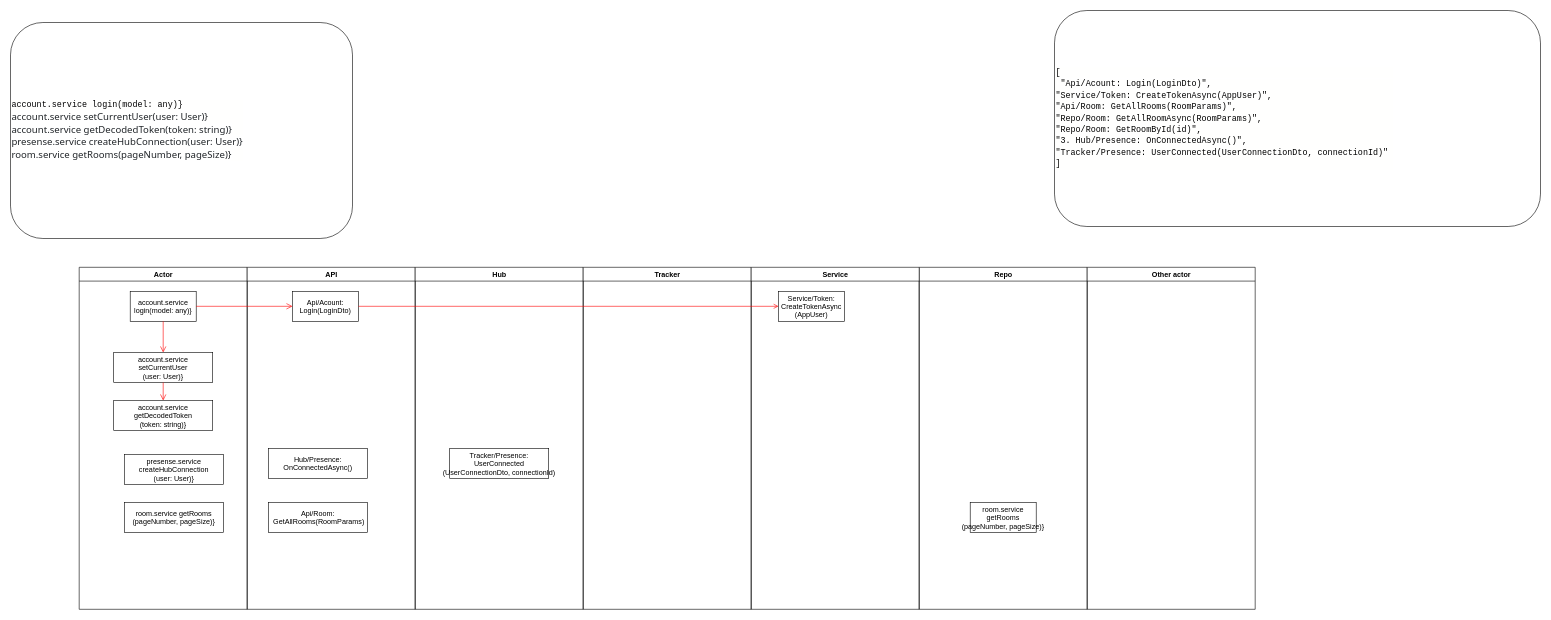
The draw.io diagram page "login" (2 of 15) of workflow.drawio in antitank19/MeetingAppFull-Youtube, before the edit. Source tidied: cells renumbered, new cells numbered last; positions are measured from the earlier drawing's top-left corner, leaving out a move shared by most shapes. Both pictures are drawn from the tidied source at 60%, with x=0, y=0 at pixel (10, 10).
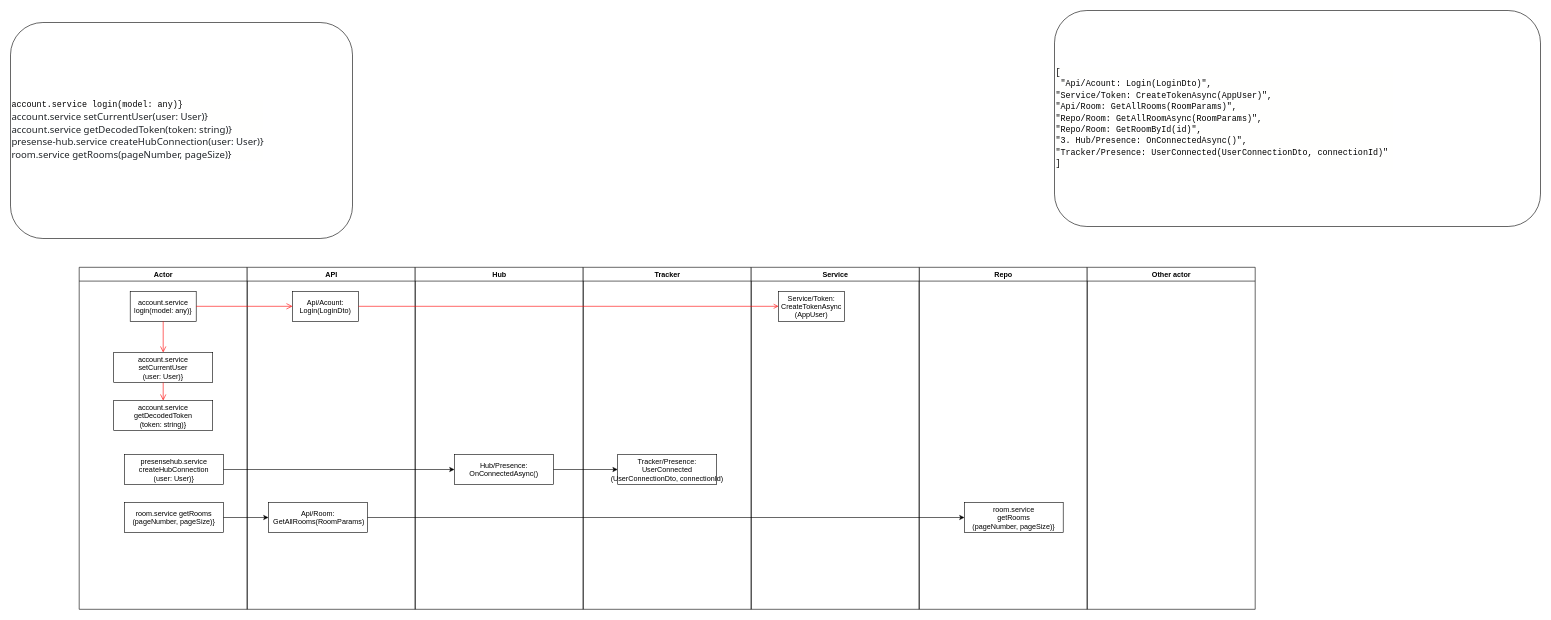
The same page after the edit.

Unchanged cells that the change refers to:
```xml
<mxCell id="2" value="Actor" style="swimlane;whiteSpace=wrap;" parent="1" vertex="1">
  <mxGeometry x="114.5" y="428" width="280" height="570" as="geometry" />
</mxCell>
<mxCell id="8" value="room.service getRooms&#10;(pageNumber, pageSize)}" parent="2" vertex="1">
  <mxGeometry x="75.5" y="392" width="165" height="50" as="geometry" />
</mxCell>
<mxCell id="10" value="API" style="swimlane;whiteSpace=wrap;startSize=23;" parent="1" vertex="1">
  <mxGeometry x="394.5" y="428" width="280" height="570" as="geometry" />
</mxCell>
<mxCell id="13" value="Api/Room:&#10; GetAllRooms(RoomParams)" parent="10" vertex="1">
  <mxGeometry x="35.5" y="392" width="165" height="50" as="geometry" />
</mxCell>
<mxCell id="14" value="Hub" style="swimlane;whiteSpace=wrap;" parent="1" vertex="1">
  <mxGeometry x="674.5" y="428" width="280" height="570" as="geometry" />
</mxCell>
<mxCell id="17" value="Repo" style="swimlane;whiteSpace=wrap;" parent="1" vertex="1">
  <mxGeometry x="1514.5" y="428" width="280" height="570" as="geometry" />
</mxCell>
```

The edit, as a diff of the source:
```diff
@@
-    <mxCell id="7" value="presense.service &#10;createHubConnection&#10;(user: User)}" parent="2" vertex="1">
+    <mxCell id="7" value="presensehub.service &#10;createHubConnection&#10;(user: User)}" parent="2" vertex="1">
       <mxGeometry x="75.5" y="312" width="165" height="50" as="geometry" />
     </mxCell>
@@
-    <mxCell id="12" value="Hub/Presence: &#10;OnConnectedAsync()" parent="10" vertex="1">
-      <mxGeometry x="35.5" y="302" width="165" height="50" as="geometry" />
-    </mxCell>
@@
+    <mxCell id="12" value="Hub/Presence: &#10;OnConnectedAsync()" parent="14" vertex="1">
+      <mxGeometry x="65.5" y="312" width="165" height="50" as="geometry" />
+    </mxCell>
+    <mxCell id="16" value="Tracker" style="swimlane;whiteSpace=wrap;" parent="1" vertex="1">
+      <mxGeometry x="954.5" y="428" width="280" height="570" as="geometry" />
+    </mxCell>
-    <mxCell id="15" value="Tracker/Presence: &#10;UserConnected&#10;(UserConnectionDto, connectionId)" parent="14" vertex="1">
-      <mxGeometry x="57.5" y="302" width="165" height="50" as="geometry" />
+    <mxCell id="15" value="Tracker/Presence: &#10;UserConnected&#10;(UserConnectionDto, connectionId)" parent="16" vertex="1">
+      <mxGeometry x="57.5" y="312" width="165" height="50" as="geometry" />
     </mxCell>
-    <mxCell id="16" value="Tracker" style="swimlane;whiteSpace=wrap;" parent="1" vertex="1">
-      <mxGeometry x="954.5" y="428" width="280" height="570" as="geometry" />
-    </mxCell>
@@
     <mxCell id="18" value="room.service &#10;getRooms&#10;(pageNumber, pageSize)}" parent="17" vertex="1">
-      <mxGeometry x="85" y="392" width="110" height="50" as="geometry" />
+      <mxGeometry x="75.5" y="392" width="164.5" height="50" as="geometry" />
     </mxCell>
@@
-    <mxCell id="25" value="&lt;div style=&quot;background-color: rgb(255, 255, 254); font-family: Consolas, &amp;quot;Courier New&amp;quot;, monospace; font-size: 14px; line-height: 19px;&quot;&gt;account.service login(model: any)}&lt;br style=&quot;box-sizing: border-box; color: rgb(33, 37, 41); font-family: system-ui, -apple-system, &amp;quot;Segoe UI&amp;quot;, Roboto, &amp;quot;Helvetica Neue&amp;quot;, &amp;quot;Noto Sans&amp;quot;, &amp;quot;Liberation Sans&amp;quot;, Arial, sans-serif, &amp;quot;Apple Color Emoji&amp;quot;, &amp;quot;Segoe UI Emoji&amp;quot;, &amp;quot;Segoe UI Symbol&amp;quot;, &amp;quot;Noto Color Emoji&amp;quot;; font-size: 16px; background-color: rgb(255, 255, 255);&quot;&gt;&lt;span style=&quot;color: rgb(33, 37, 41); font-family: system-ui, -apple-system, &amp;quot;Segoe UI&amp;quot;, Roboto, &amp;quot;Helvetica Neue&amp;quot;, &amp;quot;Noto Sans&amp;quot;, &amp;quot;Liberation Sans&amp;quot;, Arial, sans-serif, &amp;quot;Apple Color Emoji&amp;quot;, &amp;quot;Segoe UI Emoji&amp;quot;, &amp;quot;Segoe UI Symbol&amp;quot;, &amp;quot;Noto Color Emoji&amp;quot;; font-size: 16px; background-color: rgb(255, 255, 255);&quot;&gt;account.service setCurrentUser(user: User)}&lt;/span&gt;&lt;br style=&quot;box-sizing: border-box; color: rgb(33, 37, 41); font-family: system-ui, -apple-system, &amp;quot;Segoe UI&amp;quot;, Roboto, &amp;quot;Helvetica Neue&amp;quot;, &amp;quot;Noto Sans&amp;quot;, &amp;quot;Liberation Sans&amp;quot;, Arial, sans-serif, &amp;quot;Apple Color Emoji&amp;quot;, &amp;quot;Segoe UI Emoji&amp;quot;, &amp;quot;Segoe UI Symbol&amp;quot;, &amp;quot;Noto Color Emoji&amp;quot;; font-size: 16px; background-color: rgb(255, 255, 255);&quot;&gt;&lt;span style=&quot;color: rgb(33, 37, 41); font-family: system-ui, -apple-system, &amp;quot;Segoe UI&amp;quot;, Roboto, &amp;quot;Helvetica Neue&amp;quot;, &amp;quot;Noto Sans&amp;quot;, &amp;quot;Liberation Sans&amp;quot;, Arial, sans-serif, &amp;quot;Apple Color Emoji&amp;quot;, &amp;quot;Segoe UI Emoji&amp;quot;, &amp;quot;Segoe UI Symbol&amp;quot;, &amp;quot;Noto Color Emoji&amp;quot;; font-size: 16px; background-color: rgb(255, 255, 255);&quot;&gt;account.service getDecodedToken(token: string)}&lt;/span&gt;&lt;br style=&quot;box-sizing: border-box; color: rgb(33, 37, 41); font-family: system-ui, -apple-system, &amp;quot;Segoe UI&amp;quot;, Roboto, &amp;quot;Helvetica Neue&amp;quot;, &amp;quot;Noto Sans&amp;quot;, &amp;quot;Liberation Sans&amp;quot;, Arial, sans-serif, &amp;quot;Apple Color Emoji&amp;quot;, &amp;quot;Segoe UI Emoji&amp;quot;, &amp;quot;Segoe UI Symbol&amp;quot;, &amp;quot;Noto Color Emoji&amp;quot;; font-size: 16px; background-color: rgb(255, 255, 255);&quot;&gt;&lt;span style=&quot;color: rgb(33, 37, 41); font-family: system-ui, -apple-system, &amp;quot;Segoe UI&amp;quot;, Roboto, &amp;quot;Helvetica Neue&amp;quot;, &amp;quot;Noto Sans&amp;quot;, &amp;quot;Liberation Sans&amp;quot;, Arial, sans-serif, &amp;quot;Apple Color Emoji&amp;quot;, &amp;quot;Segoe UI Emoji&amp;quot;, &amp;quot;Segoe UI Symbol&amp;quot;, &amp;quot;Noto Color Emoji&amp;quot;; font-size: 16px; background-color: rgb(255, 255, 255);&quot;&gt;presense.service createHubConnection(user: User)}&lt;/span&gt;&lt;br style=&quot;box-sizing: border-box; color: rgb(33, 37, 41); font-family: system-ui, -apple-system, &amp;quot;Segoe UI&amp;quot;, Roboto, &amp;quot;Helvetica Neue&amp;quot;, &amp;quot;Noto Sans&amp;quot;, &amp;quot;Liberation Sans&amp;quot;, Arial, sans-serif, &amp;quot;Apple Color Emoji&amp;quot;, &amp;quot;Segoe UI Emoji&amp;quot;, &amp;quot;Segoe UI Symbol&amp;quot;, &amp;quot;Noto Color Emoji&amp;quot;; font-size: 16px; background-color: rgb(255, 255, 255);&quot;&gt;&lt;span style=&quot;color: rgb(33, 37, 41); font-family: system-ui, -apple-system, &amp;quot;Segoe UI&amp;quot;, Roboto, &amp;quot;Helvetica Neue&amp;quot;, &amp;quot;Noto Sans&amp;quot;, &amp;quot;Liberation Sans&amp;quot;, Arial, sans-serif, &amp;quot;Apple Color Emoji&amp;quot;, &amp;quot;Segoe UI Emoji&amp;quot;, &amp;quot;Segoe UI Symbol&amp;quot;, &amp;quot;Noto Color Emoji&amp;quot;; font-size: 16px; background-color: rgb(255, 255, 255);&quot;&gt;room.service getRooms(pageNumber, pageSize)}&lt;/span&gt;&lt;br&gt;&lt;/div&gt;" style="rounded=1;whiteSpace=wrap;html=1;align=left;" parent="1" vertex="1">
+    <mxCell id="25" value="&lt;div style=&quot;background-color: rgb(255, 255, 254); font-family: Consolas, &amp;quot;Courier New&amp;quot;, monospace; font-size: 14px; line-height: 19px;&quot;&gt;account.service login(model: any)}&lt;br style=&quot;box-sizing: border-box; color: rgb(33, 37, 41); font-family: system-ui, -apple-system, &amp;quot;Segoe UI&amp;quot;, Roboto, &amp;quot;Helvetica Neue&amp;quot;, &amp;quot;Noto Sans&amp;quot;, &amp;quot;Liberation Sans&amp;quot;, Arial, sans-serif, &amp;quot;Apple Color Emoji&amp;quot;, &amp;quot;Segoe UI Emoji&amp;quot;, &amp;quot;Segoe UI Symbol&amp;quot;, &amp;quot;Noto Color Emoji&amp;quot;; font-size: 16px; background-color: rgb(255, 255, 255);&quot;&gt;&lt;span style=&quot;color: rgb(33, 37, 41); font-family: system-ui, -apple-system, &amp;quot;Segoe UI&amp;quot;, Roboto, &amp;quot;Helvetica Neue&amp;quot;, &amp;quot;Noto Sans&amp;quot;, &amp;quot;Liberation Sans&amp;quot;, Arial, sans-serif, &amp;quot;Apple Color Emoji&amp;quot;, &amp;quot;Segoe UI Emoji&amp;quot;, &amp;quot;Segoe UI Symbol&amp;quot;, &amp;quot;Noto Color Emoji&amp;quot;; font-size: 16px; background-color: rgb(255, 255, 255);&quot;&gt;account.service setCurrentUser(user: User)}&lt;/span&gt;&lt;br style=&quot;box-sizing: border-box; color: rgb(33, 37, 41); font-family: system-ui, -apple-system, &amp;quot;Segoe UI&amp;quot;, Roboto, &amp;quot;Helvetica Neue&amp;quot;, &amp;quot;Noto Sans&amp;quot;, &amp;quot;Liberation Sans&amp;quot;, Arial, sans-serif, &amp;quot;Apple Color Emoji&amp;quot;, &amp;quot;Segoe UI Emoji&amp;quot;, &amp;quot;Segoe UI Symbol&amp;quot;, &amp;quot;Noto Color Emoji&amp;quot;; font-size: 16px; background-color: rgb(255, 255, 255);&quot;&gt;&lt;span style=&quot;color: rgb(33, 37, 41); font-family: system-ui, -apple-system, &amp;quot;Segoe UI&amp;quot;, Roboto, &amp;quot;Helvetica Neue&amp;quot;, &amp;quot;Noto Sans&amp;quot;, &amp;quot;Liberation Sans&amp;quot;, Arial, sans-serif, &amp;quot;Apple Color Emoji&amp;quot;, &amp;quot;Segoe UI Emoji&amp;quot;, &amp;quot;Segoe UI Symbol&amp;quot;, &amp;quot;Noto Color Emoji&amp;quot;; font-size: 16px; background-color: rgb(255, 255, 255);&quot;&gt;account.service getDecodedToken(token: string)}&lt;/span&gt;&lt;br style=&quot;box-sizing: border-box; color: rgb(33, 37, 41); font-family: system-ui, -apple-system, &amp;quot;Segoe UI&amp;quot;, Roboto, &amp;quot;Helvetica Neue&amp;quot;, &amp;quot;Noto Sans&amp;quot;, &amp;quot;Liberation Sans&amp;quot;, Arial, sans-serif, &amp;quot;Apple Color Emoji&amp;quot;, &amp;quot;Segoe UI Emoji&amp;quot;, &amp;quot;Segoe UI Symbol&amp;quot;, &amp;quot;Noto Color Emoji&amp;quot;; font-size: 16px; background-color: rgb(255, 255, 255);&quot;&gt;&lt;span style=&quot;color: rgb(33, 37, 41); font-family: system-ui, -apple-system, &amp;quot;Segoe UI&amp;quot;, Roboto, &amp;quot;Helvetica Neue&amp;quot;, &amp;quot;Noto Sans&amp;quot;, &amp;quot;Liberation Sans&amp;quot;, Arial, sans-serif, &amp;quot;Apple Color Emoji&amp;quot;, &amp;quot;Segoe UI Emoji&amp;quot;, &amp;quot;Segoe UI Symbol&amp;quot;, &amp;quot;Noto Color Emoji&amp;quot;; font-size: 16px; background-color: rgb(255, 255, 255);&quot;&gt;presense-hub.service createHubConnection(user: User)}&lt;/span&gt;&lt;br style=&quot;box-sizing: border-box; color: rgb(33, 37, 41); font-family: system-ui, -apple-system, &amp;quot;Segoe UI&amp;quot;, Roboto, &amp;quot;Helvetica Neue&amp;quot;, &amp;quot;Noto Sans&amp;quot;, &amp;quot;Liberation Sans&amp;quot;, Arial, sans-serif, &amp;quot;Apple Color Emoji&amp;quot;, &amp;quot;Segoe UI Emoji&amp;quot;, &amp;quot;Segoe UI Symbol&amp;quot;, &amp;quot;Noto Color Emoji&amp;quot;; font-size: 16px; background-color: rgb(255, 255, 255);&quot;&gt;&lt;span style=&quot;color: rgb(33, 37, 41); font-family: system-ui, -apple-system, &amp;quot;Segoe UI&amp;quot;, Roboto, &amp;quot;Helvetica Neue&amp;quot;, &amp;quot;Noto Sans&amp;quot;, &amp;quot;Liberation Sans&amp;quot;, Arial, sans-serif, &amp;quot;Apple Color Emoji&amp;quot;, &amp;quot;Segoe UI Emoji&amp;quot;, &amp;quot;Segoe UI Symbol&amp;quot;, &amp;quot;Noto Color Emoji&amp;quot;; font-size: 16px; background-color: rgb(255, 255, 255);&quot;&gt;room.service getRooms(pageNumber, pageSize)}&lt;/span&gt;&lt;br&gt;&lt;/div&gt;" style="rounded=1;whiteSpace=wrap;html=1;align=left;" parent="1" vertex="1">
       <mxGeometry y="20" width="570" height="360" as="geometry" />
     </mxCell>
+    <mxCell id="26" style="edgeStyle=orthogonalEdgeStyle;rounded=0;jettySize=auto;html=1;exitX=1;exitY=0.5;exitDx=0;exitDy=0;entryX=0;entryY=0.5;entryDx=0;entryDy=0;" parent="1" edge="1" source="7" target="12">
+      <mxGeometry relative="1" as="geometry" />
+    </mxCell>
+    <mxCell id="27" style="edgeStyle=orthogonalEdgeStyle;rounded=0;jettySize=auto;html=1;exitX=1;exitY=0.5;exitDx=0;exitDy=0;entryX=0;entryY=0.5;entryDx=0;entryDy=0;" parent="1" edge="1" source="12" target="15">
+      <mxGeometry relative="1" as="geometry" />
+    </mxCell>
+    <mxCell id="28" style="edgeStyle=orthogonalEdgeStyle;rounded=0;jettySize=auto;html=1;exitX=1;exitY=0.5;exitDx=0;exitDy=0;entryX=0;entryY=0.5;entryDx=0;entryDy=0;" parent="1" edge="1" source="8" target="13">
+      <mxGeometry relative="1" as="geometry" />
+    </mxCell>
+    <mxCell id="29" style="edgeStyle=orthogonalEdgeStyle;rounded=0;jettySize=auto;html=1;exitX=1;exitY=0.5;exitDx=0;exitDy=0;entryX=0;entryY=0.5;entryDx=0;entryDy=0;" parent="1" edge="1" source="13" target="18">
+      <mxGeometry relative="1" as="geometry" />
+    </mxCell>
```
